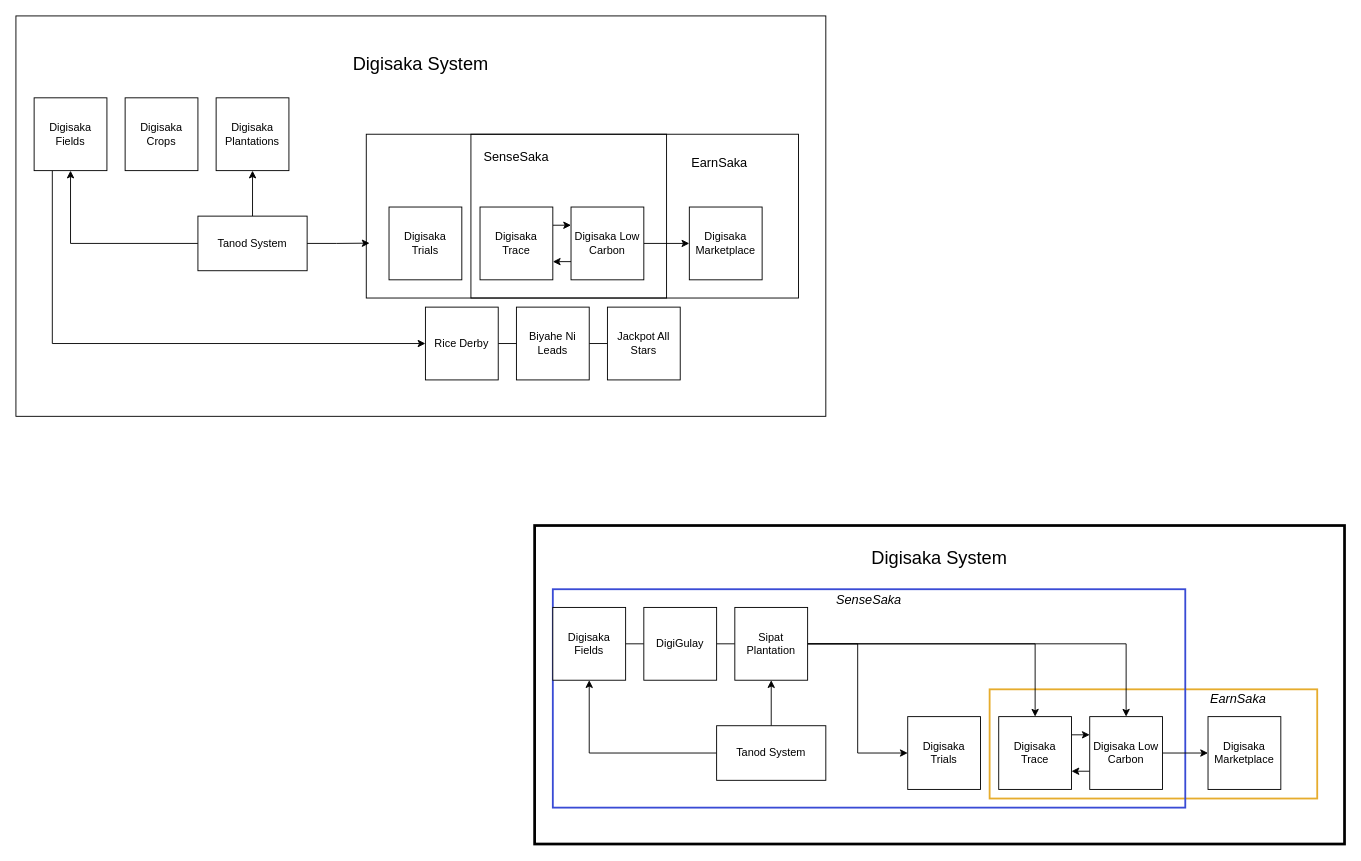
Before: digisaks_overalldiagramski.drawio in arnanaraza/diagrams, a draw.io diagram. Source tidied: cells renumbered, new cells numbered last; positions are measured from the earlier drawing's top-left corner, leaving out a move shared by most shapes. Both pictures are drawn from the tidied source at 91%, with x=0, y=0 at pixel (15, 15).
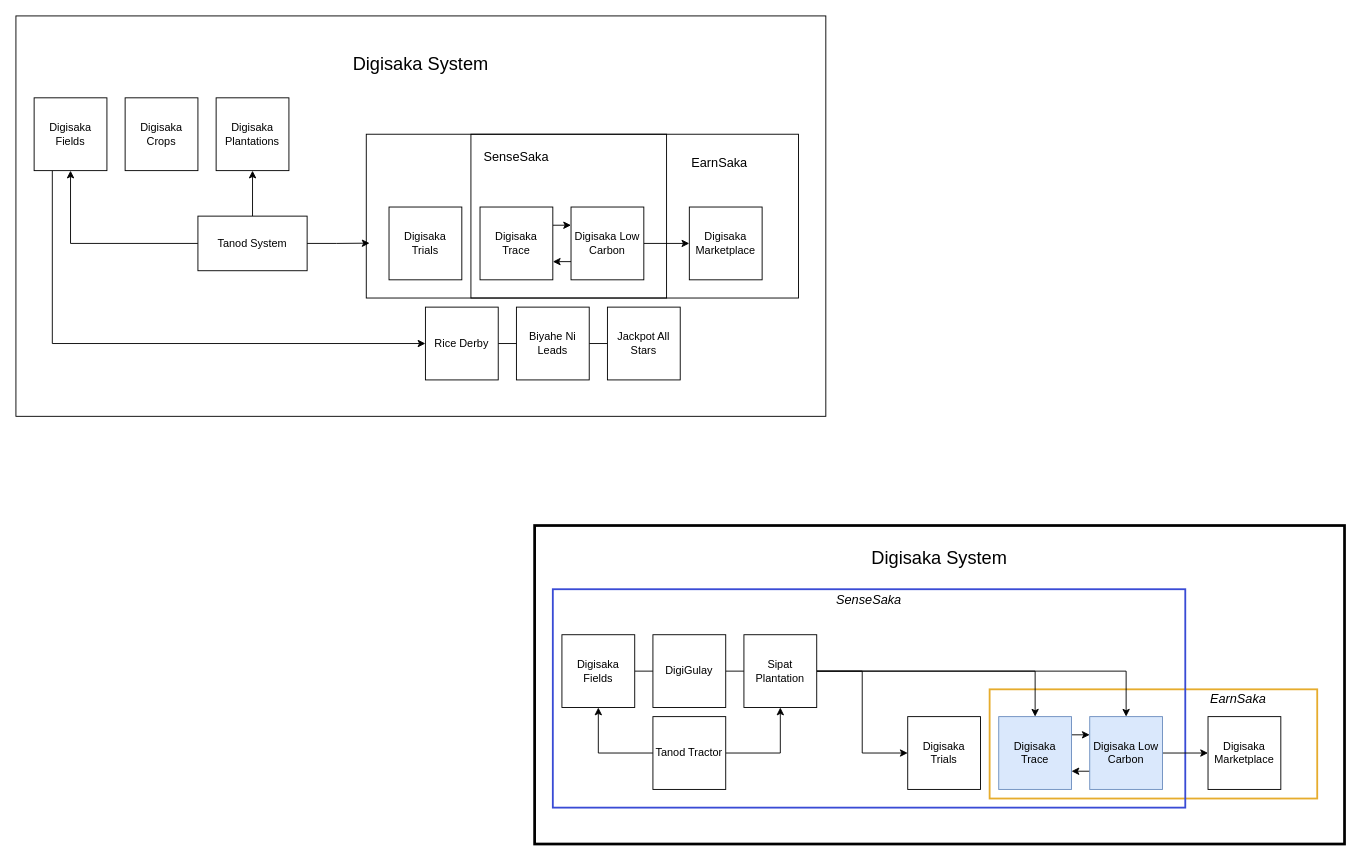
The same page after the edit.

Diff of the diagram source:
```diff
@@
     <mxCell id="29" value="Digisaka Fields" style="whiteSpace=wrap;html=1;" parent="1" vertex="1">
-      <mxGeometry x="590" y="650" width="80" height="80" as="geometry" />
+      <mxGeometry x="600" y="680" width="80" height="80" as="geometry" />
     </mxCell>
@@
     <mxCell id="31" value="DigiGulay" style="whiteSpace=wrap;html=1;" parent="1" vertex="1">
-      <mxGeometry x="690" y="650" width="80" height="80" as="geometry" />
+      <mxGeometry x="700" y="680" width="80" height="80" as="geometry" />
     </mxCell>
@@
     <mxCell id="35" value="Sipat Plantation" style="whiteSpace=wrap;html=1;" parent="1" vertex="1">
-      <mxGeometry x="790" y="650" width="80" height="80" as="geometry" />
+      <mxGeometry x="800" y="680" width="80" height="80" as="geometry" />
     </mxCell>
@@
-    <mxCell id="37" value="Digisaka Trace" style="whiteSpace=wrap;html=1;" parent="1" vertex="1">
+    <mxCell id="37" value="Digisaka Trace" style="whiteSpace=wrap;html=1;fillColor=#dae8fc;strokeColor=#6c8ebf;" parent="1" vertex="1">
       <mxGeometry x="1080" y="770" width="80" height="80" as="geometry" />
     </mxCell>
@@
-    <mxCell id="40" value="Digisaka Low Carbon" style="whiteSpace=wrap;html=1;" parent="1" vertex="1">
+    <mxCell id="40" value="Digisaka Low Carbon" style="whiteSpace=wrap;html=1;fillColor=#dae8fc;strokeColor=#6c8ebf;" parent="1" vertex="1">
       <mxGeometry x="1180" y="770" width="80" height="80" as="geometry" />
     </mxCell>
-    <mxCell id="41" style="edgeStyle=orthogonalEdgeStyle;rounded=0;jettySize=auto;html=1;exitX=0.5;exitY=0;exitDx=0;exitDy=0;entryX=0.5;entryY=1;entryDx=0;entryDy=0;" parent="1" edge="1" source="43" target="35">
-      <mxGeometry relative="1" as="geometry" />
-    </mxCell>
-    <mxCell id="42" style="edgeStyle=orthogonalEdgeStyle;rounded=0;jettySize=auto;html=1;exitX=0;exitY=0.5;exitDx=0;exitDy=0;entryX=0.5;entryY=1;entryDx=0;entryDy=0;" parent="1" edge="1" source="43" target="29">
-      <mxGeometry relative="1" as="geometry" />
-    </mxCell>
-    <mxCell id="43" value="Tanod System" style="rounded=0;whiteSpace=wrap;html=1;" parent="1" vertex="1">
-      <mxGeometry x="770" y="780" width="120" height="60" as="geometry" />
-    </mxCell>
@@
+    <mxCell id="46" style="edgeStyle=orthogonalEdgeStyle;rounded=0;jettySize=auto;html=1;exitX=1;exitY=0.5;exitDx=0;exitDy=0;entryX=0.5;entryY=1;entryDx=0;entryDy=0;" parent="1" edge="1" source="48" target="35">
+      <mxGeometry relative="1" as="geometry" />
+    </mxCell>
+    <mxCell id="47" style="edgeStyle=orthogonalEdgeStyle;rounded=0;jettySize=auto;html=1;exitX=0;exitY=0.5;exitDx=0;exitDy=0;entryX=0.5;entryY=1;entryDx=0;entryDy=0;" parent="1" edge="1" source="48" target="29">
+      <mxGeometry relative="1" as="geometry" />
+    </mxCell>
+    <mxCell id="48" value="Tanod Tractor" style="whiteSpace=wrap;html=1;" parent="1" vertex="1">
+      <mxGeometry x="700" y="770" width="80" height="80" as="geometry" />
+    </mxCell>
```
